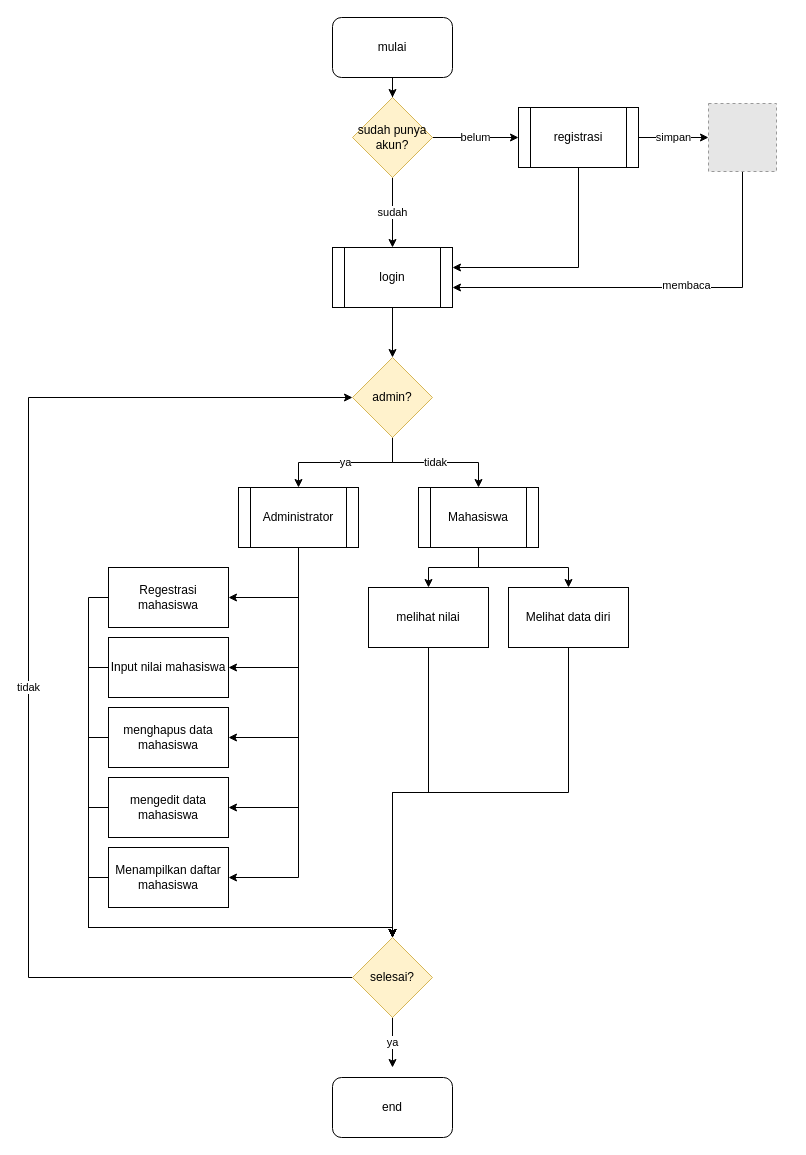
Above: Aplikasi/Untitled Diagram.drawio in CettaMa/Kel_50 (draw.io), before the change. Source tidied: cells renumbered, new cells numbered last; positions are measured from the earlier drawing's top-left corner, leaving out a move shared by most shapes. Both pictures are drawn from the tidied source at 100%, with x=0, y=0 at pixel (28, 17). Pictures stored in the file or linked from it are replaced by grey dashed boxes.
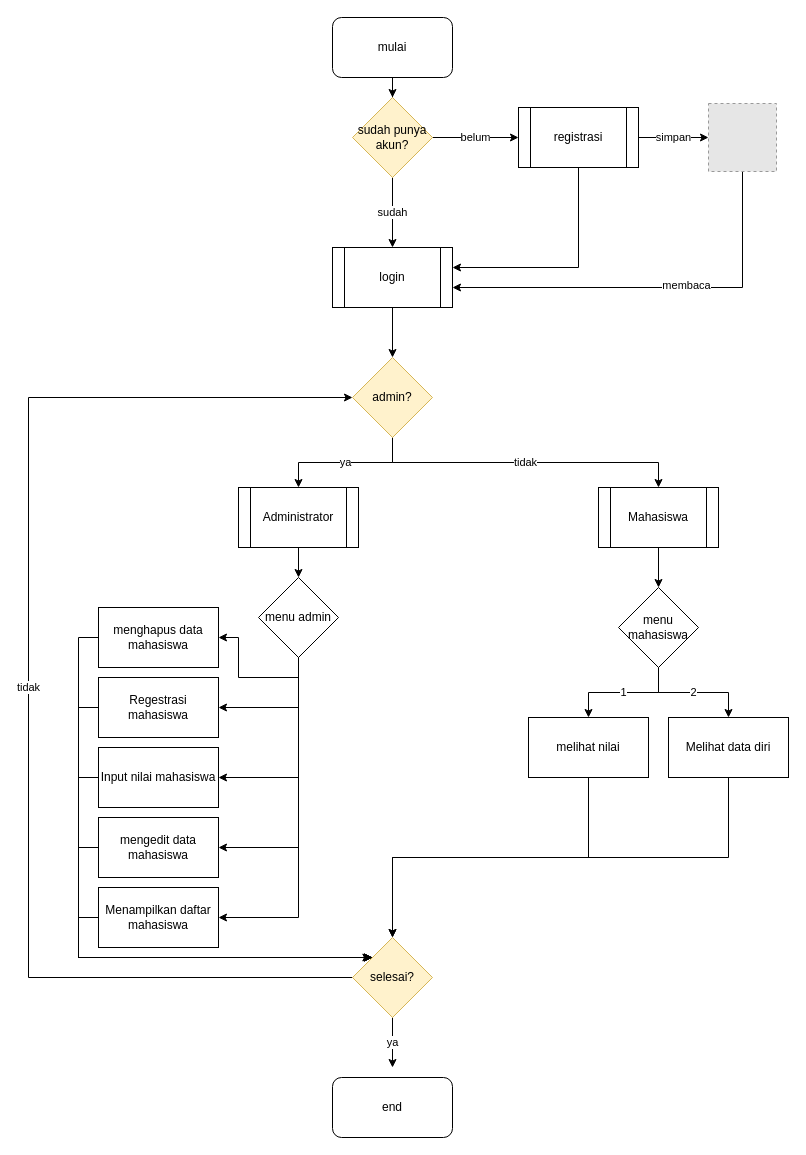
The same page after the edit.

The change refers to these unchanged cells:
```xml
<mxCell id="20" value="Administrator" style="shape=process;whiteSpace=wrap;html=1;backgroundOutline=1;" parent="1" vertex="1">
  <mxGeometry x="210" y="470" width="120" height="60" as="geometry" />
</mxCell>
<mxCell id="40" value="selesai?" style="rhombus;whiteSpace=wrap;html=1;fillColor=#fff2cc;strokeColor=#d6b656;" parent="1" vertex="1">
  <mxGeometry x="324" y="920" width="80" height="80" as="geometry" />
</mxCell>
```

Change to the diagram source:
```diff
@@
-    <mxCell id="15" style="edgeStyle=orthogonalEdgeStyle;rounded=0;jettySize=auto;html=1;exitX=0.5;exitY=1;exitDx=0;exitDy=0;entryX=1;entryY=0.5;entryDx=0;entryDy=0;" parent="1" edge="1" source="20" target="29">
-      <mxGeometry relative="1" as="geometry" />
-    </mxCell>
-    <mxCell id="16" style="edgeStyle=orthogonalEdgeStyle;rounded=0;jettySize=auto;html=1;exitX=0.5;exitY=1;exitDx=0;exitDy=0;entryX=1;entryY=0.5;entryDx=0;entryDy=0;" parent="1" edge="1" source="20" target="31">
-      <mxGeometry relative="1" as="geometry" />
-    </mxCell>
-    <mxCell id="17" style="edgeStyle=orthogonalEdgeStyle;rounded=0;jettySize=auto;html=1;exitX=0.5;exitY=1;exitDx=0;exitDy=0;entryX=1;entryY=0.5;entryDx=0;entryDy=0;" parent="1" edge="1" source="20" target="33">
-      <mxGeometry relative="1" as="geometry" />
-    </mxCell>
-    <mxCell id="18" style="edgeStyle=orthogonalEdgeStyle;rounded=0;jettySize=auto;html=1;exitX=0.5;exitY=1;exitDx=0;exitDy=0;entryX=1;entryY=0.5;entryDx=0;entryDy=0;" parent="1" edge="1" source="20" target="35">
-      <mxGeometry relative="1" as="geometry" />
-    </mxCell>
-    <mxCell id="19" style="edgeStyle=orthogonalEdgeStyle;rounded=0;jettySize=auto;html=1;exitX=0.5;exitY=1;exitDx=0;exitDy=0;entryX=1;entryY=0.5;entryDx=0;entryDy=0;" parent="1" edge="1" source="20" target="37">
-      <mxGeometry relative="1" as="geometry" />
-    </mxCell>
+    <mxCell id="45" style="edgeStyle=orthogonalEdgeStyle;rounded=0;jettySize=auto;html=1;" parent="1" edge="1" source="20" target="53">
+      <mxGeometry relative="1" as="geometry" />
+    </mxCell>
@@
-    <mxCell id="21" style="edgeStyle=orthogonalEdgeStyle;rounded=0;jettySize=auto;html=1;exitX=0.5;exitY=1;exitDx=0;exitDy=0;" parent="1" edge="1" source="23" target="27">
-      <mxGeometry relative="1" as="geometry" />
-    </mxCell>
-    <mxCell id="22" style="edgeStyle=orthogonalEdgeStyle;rounded=0;jettySize=auto;html=1;exitX=0.5;exitY=1;exitDx=0;exitDy=0;entryX=0.5;entryY=0;entryDx=0;entryDy=0;" parent="1" edge="1" source="23" target="25">
-      <mxGeometry relative="1" as="geometry" />
-    </mxCell>
+    <mxCell id="46" style="edgeStyle=orthogonalEdgeStyle;rounded=0;jettySize=auto;html=1;" parent="1" edge="1" source="23" target="56">
+      <mxGeometry relative="1" as="geometry" />
+    </mxCell>
     <mxCell id="23" value="Mahasiswa" style="shape=process;whiteSpace=wrap;html=1;backgroundOutline=1;" parent="1" vertex="1">
-      <mxGeometry x="390" y="470" width="120" height="60" as="geometry" />
+      <mxGeometry x="570" y="470" width="120" height="60" as="geometry" />
     </mxCell>
@@
     <mxCell id="25" value="Melihat data diri" style="rounded=0;whiteSpace=wrap;html=1;" parent="1" vertex="1">
-      <mxGeometry x="480" y="570" width="120" height="60" as="geometry" />
+      <mxGeometry x="640" y="700" width="120" height="60" as="geometry" />
     </mxCell>
@@
     <mxCell id="27" value="melihat nilai" style="rounded=0;whiteSpace=wrap;html=1;" parent="1" vertex="1">
-      <mxGeometry x="340" y="570" width="120" height="60" as="geometry" />
+      <mxGeometry x="500" y="700" width="120" height="60" as="geometry" />
     </mxCell>
-    <mxCell id="28" style="edgeStyle=orthogonalEdgeStyle;rounded=0;jettySize=auto;html=1;exitX=0;exitY=0.5;exitDx=0;exitDy=0;entryX=0.5;entryY=0;entryDx=0;entryDy=0;" parent="1" edge="1" source="29" target="40">
+    <mxCell id="28" style="edgeStyle=orthogonalEdgeStyle;rounded=0;jettySize=auto;html=1;exitX=0;exitY=0.5;exitDx=0;exitDy=0;entryX=0;entryY=0;entryDx=0;entryDy=0;" parent="1" edge="1" source="29" target="40">
       <mxGeometry relative="1" as="geometry">
         <Array as="points">
-          <mxPoint x="60" y="580" />
-          <mxPoint x="60" y="910" />
-          <mxPoint x="364" y="910" />
+          <mxPoint x="50" y="690" />
+          <mxPoint x="50" y="940" />
         </Array>
       </mxGeometry>
     </mxCell>
     <mxCell id="29" value="Regestrasi mahasiswa" style="rounded=0;whiteSpace=wrap;html=1;" parent="1" vertex="1">
-      <mxGeometry x="80" y="550" width="120" height="60" as="geometry" />
+      <mxGeometry x="70" y="660" width="120" height="60" as="geometry" />
     </mxCell>
-    <mxCell id="30" style="edgeStyle=orthogonalEdgeStyle;rounded=0;jettySize=auto;html=1;exitX=0;exitY=0.5;exitDx=0;exitDy=0;" parent="1" edge="1" source="31">
-      <mxGeometry relative="1" as="geometry">
-        <mxPoint x="364" y="920" as="targetPoint" />
-        <Array as="points">
-          <mxPoint x="60" y="650" />
-          <mxPoint x="60" y="910" />
-          <mxPoint x="364" y="910" />
-        </Array>
-      </mxGeometry>
-    </mxCell>
+    <mxCell id="47" style="edgeStyle=orthogonalEdgeStyle;rounded=0;jettySize=auto;html=1;exitX=0;exitY=0.5;exitDx=0;exitDy=0;entryX=0;entryY=0;entryDx=0;entryDy=0;" parent="1" edge="1" source="31" target="40">
+      <mxGeometry relative="1" as="geometry">
+        <Array as="points">
+          <mxPoint x="50" y="760" />
+          <mxPoint x="50" y="940" />
+        </Array>
+      </mxGeometry>
+    </mxCell>
     <mxCell id="31" value="Input nilai mahasiswa" style="rounded=0;whiteSpace=wrap;html=1;" parent="1" vertex="1">
-      <mxGeometry x="80" y="620" width="120" height="60" as="geometry" />
+      <mxGeometry x="70" y="730" width="120" height="60" as="geometry" />
     </mxCell>
-    <mxCell id="32" style="edgeStyle=orthogonalEdgeStyle;rounded=0;jettySize=auto;html=1;exitX=0;exitY=0.5;exitDx=0;exitDy=0;entryX=0.5;entryY=0;entryDx=0;entryDy=0;" parent="1" edge="1" source="33" target="40">
+    <mxCell id="32" style="edgeStyle=orthogonalEdgeStyle;rounded=0;jettySize=auto;html=1;exitX=0;exitY=0.5;exitDx=0;exitDy=0;entryX=0;entryY=0;entryDx=0;entryDy=0;" parent="1" edge="1" source="33" target="40">
       <mxGeometry relative="1" as="geometry">
         <Array as="points">
-          <mxPoint x="60" y="720" />
-          <mxPoint x="60" y="910" />
-          <mxPoint x="364" y="910" />
+          <mxPoint x="50" y="620" />
+          <mxPoint x="50" y="940" />
         </Array>
       </mxGeometry>
     </mxCell>
     <mxCell id="33" value="menghapus data mahasiswa" style="rounded=0;whiteSpace=wrap;html=1;" parent="1" vertex="1">
-      <mxGeometry x="80" y="690" width="120" height="60" as="geometry" />
+      <mxGeometry x="70" y="590" width="120" height="60" as="geometry" />
     </mxCell>
-    <mxCell id="34" style="edgeStyle=orthogonalEdgeStyle;rounded=0;jettySize=auto;html=1;exitX=0;exitY=0.5;exitDx=0;exitDy=0;entryX=0.5;entryY=0;entryDx=0;entryDy=0;" parent="1" edge="1" source="35" target="40">
+    <mxCell id="34" style="edgeStyle=orthogonalEdgeStyle;rounded=0;jettySize=auto;html=1;exitX=0;exitY=0.5;exitDx=0;exitDy=0;entryX=0.23;entryY=0.25;entryDx=0;entryDy=0;entryPerimeter=0;" parent="1" edge="1" source="35" target="40">
       <mxGeometry relative="1" as="geometry">
         <Array as="points">
-          <mxPoint x="60" y="790" />
-          <mxPoint x="60" y="910" />
-          <mxPoint x="364" y="910" />
+          <mxPoint x="50" y="830" />
+          <mxPoint x="50" y="940" />
         </Array>
       </mxGeometry>
     </mxCell>
     <mxCell id="35" value="mengedit data mahasiswa" style="rounded=0;whiteSpace=wrap;html=1;" parent="1" vertex="1">
-      <mxGeometry x="80" y="760" width="120" height="60" as="geometry" />
+      <mxGeometry x="70" y="800" width="120" height="60" as="geometry" />
     </mxCell>
-    <mxCell id="36" style="edgeStyle=orthogonalEdgeStyle;rounded=0;jettySize=auto;html=1;exitX=0;exitY=0.5;exitDx=0;exitDy=0;entryX=0.5;entryY=0;entryDx=0;entryDy=0;" parent="1" edge="1" source="37" target="40">
+    <mxCell id="36" style="edgeStyle=orthogonalEdgeStyle;rounded=0;jettySize=auto;html=1;exitX=0;exitY=0.5;exitDx=0;exitDy=0;entryX=0;entryY=0;entryDx=0;entryDy=0;" parent="1" edge="1" source="37" target="40">
       <mxGeometry relative="1" as="geometry">
         <Array as="points">
-          <mxPoint x="60" y="860" />
-          <mxPoint x="60" y="910" />
-          <mxPoint x="364" y="910" />
+          <mxPoint x="50" y="900" />
+          <mxPoint x="50" y="940" />
         </Array>
       </mxGeometry>
     </mxCell>
     <mxCell id="37" value="Menampilkan daftar mahasiswa" style="rounded=0;whiteSpace=wrap;html=1;" parent="1" vertex="1">
-      <mxGeometry x="80" y="830" width="120" height="60" as="geometry" />
+      <mxGeometry x="70" y="870" width="120" height="60" as="geometry" />
     </mxCell>
@@
+    <mxCell id="48" style="edgeStyle=orthogonalEdgeStyle;rounded=0;jettySize=auto;html=1;exitX=0.5;exitY=1;exitDx=0;exitDy=0;entryX=1;entryY=0.5;entryDx=0;entryDy=0;" parent="1" edge="1" source="53" target="33">
+      <mxGeometry relative="1" as="geometry" />
+    </mxCell>
+    <mxCell id="49" style="edgeStyle=orthogonalEdgeStyle;rounded=0;jettySize=auto;html=1;exitX=0.5;exitY=1;exitDx=0;exitDy=0;entryX=1;entryY=0.5;entryDx=0;entryDy=0;" parent="1" edge="1" source="53" target="29">
+      <mxGeometry relative="1" as="geometry" />
+    </mxCell>
+    <mxCell id="50" style="edgeStyle=orthogonalEdgeStyle;rounded=0;jettySize=auto;html=1;exitX=0.5;exitY=1;exitDx=0;exitDy=0;entryX=1;entryY=0.5;entryDx=0;entryDy=0;" parent="1" edge="1" source="53" target="31">
+      <mxGeometry relative="1" as="geometry" />
+    </mxCell>
+    <mxCell id="51" style="edgeStyle=orthogonalEdgeStyle;rounded=0;jettySize=auto;html=1;exitX=0.5;exitY=1;exitDx=0;exitDy=0;entryX=1;entryY=0.5;entryDx=0;entryDy=0;" parent="1" edge="1" source="53" target="35">
+      <mxGeometry relative="1" as="geometry" />
+    </mxCell>
+    <mxCell id="52" style="edgeStyle=orthogonalEdgeStyle;rounded=0;jettySize=auto;html=1;exitX=0.5;exitY=1;exitDx=0;exitDy=0;entryX=1;entryY=0.5;entryDx=0;entryDy=0;" parent="1" edge="1" source="53" target="37">
+      <mxGeometry relative="1" as="geometry" />
+    </mxCell>
+    <mxCell id="53" value="menu admin" style="rhombus;whiteSpace=wrap;html=1;" parent="1" vertex="1">
+      <mxGeometry x="230" y="560" width="80" height="80" as="geometry" />
+    </mxCell>
+    <mxCell id="54" value="1" style="edgeStyle=orthogonalEdgeStyle;rounded=0;jettySize=auto;html=1;exitX=0.5;exitY=1;exitDx=0;exitDy=0;entryX=0.5;entryY=0;entryDx=0;entryDy=0;" parent="1" edge="1" source="56" target="27">
+      <mxGeometry relative="1" as="geometry" />
+    </mxCell>
+    <mxCell id="55" value="2" style="edgeStyle=orthogonalEdgeStyle;rounded=0;jettySize=auto;html=1;exitX=0.5;exitY=1;exitDx=0;exitDy=0;" parent="1" edge="1" source="56" target="25">
+      <mxGeometry relative="1" as="geometry" />
+    </mxCell>
+    <mxCell id="56" value="menu mahasiswa" style="rhombus;whiteSpace=wrap;html=1;" parent="1" vertex="1">
+      <mxGeometry x="590" y="570" width="80" height="80" as="geometry" />
+    </mxCell>
```
